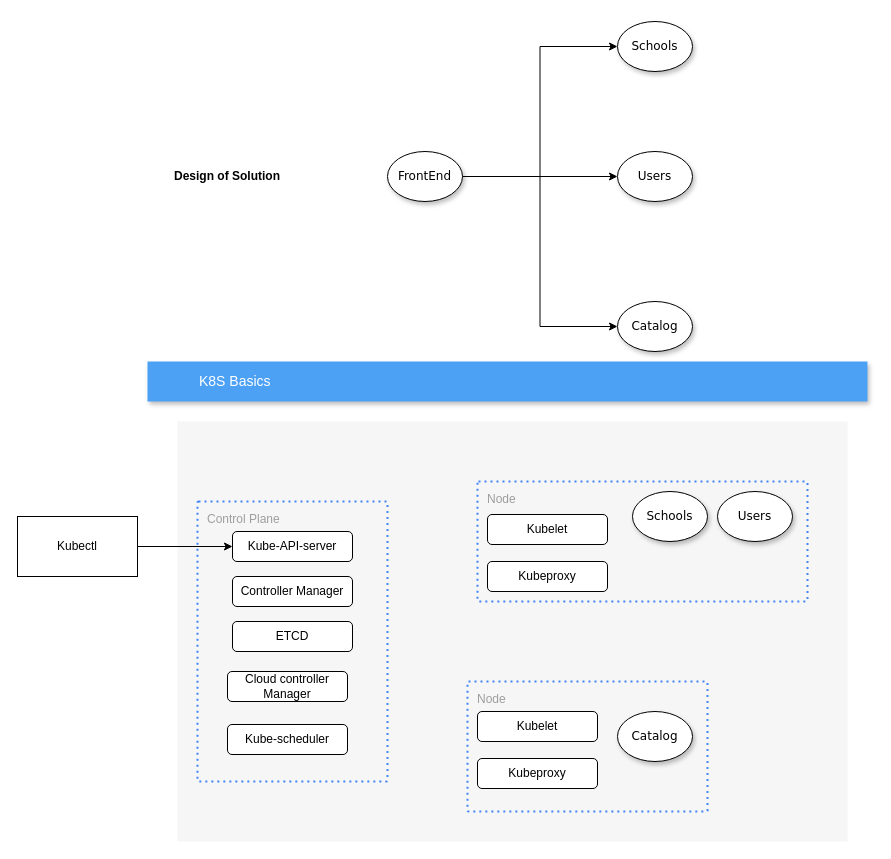
This is Untitled Diagram.drawio from bugcy013/ckad-preparation, a draw.io file, before an edit. Source tidied: cells renumbered, new cells numbered last; positions are measured from the earlier drawing's top-left corner, leaving out a move shared by most shapes. Both pictures are drawn from the tidied source at 100%, with x=0, y=0 at pixel (17, 21).
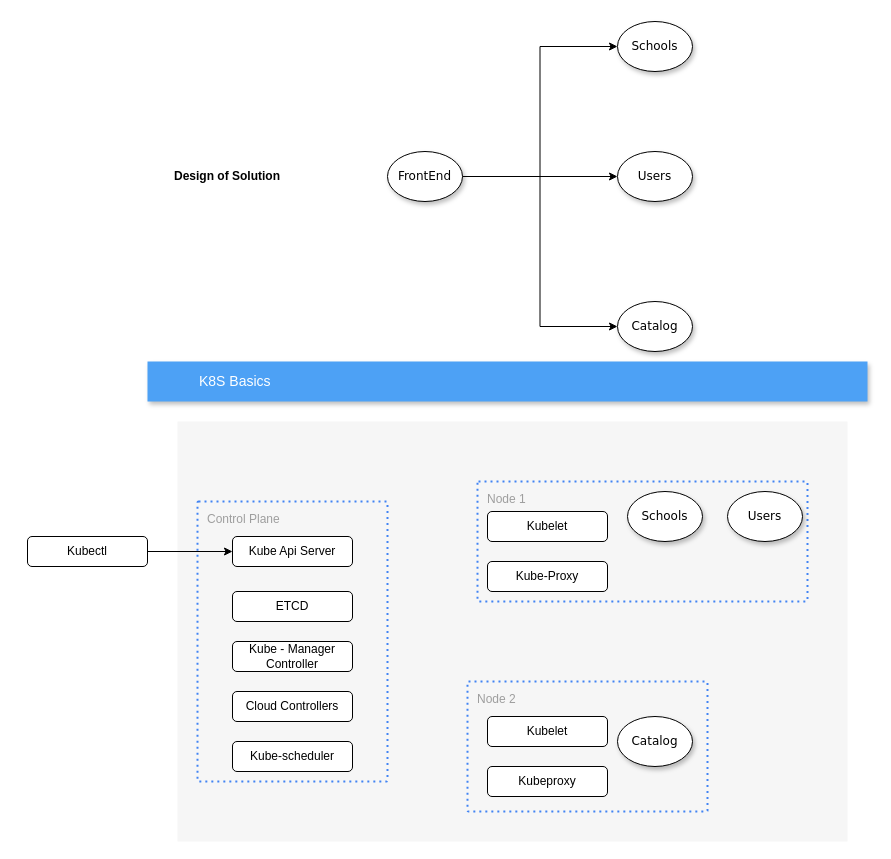
After the change.

Change to the diagram source:
```diff
@@
-    <mxCell id="10" value="Node" style="rounded=1;absoluteArcSize=1;arcSize=2;html=1;strokeColor=#4284F3;gradientColor=none;shadow=0;dashed=1;fontSize=12;fontColor=#9E9E9E;align=left;verticalAlign=top;spacing=10;spacingTop=-4;fillColor=none;dashPattern=1 2;strokeWidth=2;" parent="1" vertex="1">
+    <mxCell id="10" value="Node 1" style="rounded=1;absoluteArcSize=1;arcSize=2;html=1;strokeColor=#4284F3;gradientColor=none;shadow=0;dashed=1;fontSize=12;fontColor=#9E9E9E;align=left;verticalAlign=top;spacing=10;spacingTop=-4;fillColor=none;dashPattern=1 2;strokeWidth=2;" parent="1" vertex="1">
       <mxGeometry x="460" y="460" width="330" height="120" as="geometry" />
     </mxCell>
@@
-    <mxCell id="14" value="Node" style="rounded=1;absoluteArcSize=1;arcSize=2;html=1;strokeColor=#4284F3;gradientColor=none;shadow=0;dashed=1;fontSize=12;fontColor=#9E9E9E;align=left;verticalAlign=top;spacing=10;spacingTop=-4;fillColor=none;dashPattern=1 2;strokeWidth=2;" parent="1" vertex="1">
+    <mxCell id="14" value="Node 2" style="rounded=1;absoluteArcSize=1;arcSize=2;html=1;strokeColor=#4284F3;gradientColor=none;shadow=0;dashed=1;fontSize=12;fontColor=#9E9E9E;align=left;verticalAlign=top;spacing=10;spacingTop=-4;fillColor=none;dashPattern=1 2;strokeWidth=2;" parent="1" vertex="1">
       <mxGeometry x="450" y="660" width="240" height="130" as="geometry" />
     </mxCell>
-    <mxCell id="15" style="edgeStyle=orthogonalEdgeStyle;rounded=0;jettySize=auto;html=1;" parent="1" edge="1" source="16" target="17">
-      <mxGeometry relative="1" as="geometry" />
-    </mxCell>
+    <mxCell id="19" value="&lt;span&gt;Schools&lt;/span&gt;" style="ellipse;whiteSpace=wrap;html=1;rounded=0;shadow=1;comic=0;labelBackgroundColor=none;strokeWidth=1;fontFamily=Verdana;fontSize=12;align=center;" parent="1" vertex="1">
+      <mxGeometry x="610" y="470" width="75" height="50" as="geometry" />
+    </mxCell>
+    <mxCell id="21" value="&lt;span&gt;Users&lt;/span&gt;" style="ellipse;whiteSpace=wrap;html=1;rounded=0;shadow=1;comic=0;labelBackgroundColor=none;strokeWidth=1;fontFamily=Verdana;fontSize=12;align=center;" parent="1" vertex="1">
+      <mxGeometry x="710" y="470" width="75" height="50" as="geometry" />
+    </mxCell>
+    <mxCell id="20" value="&lt;span&gt;Catalog&lt;/span&gt;" style="ellipse;whiteSpace=wrap;html=1;rounded=0;shadow=1;comic=0;labelBackgroundColor=none;strokeWidth=1;fontFamily=Verdana;fontSize=12;align=center;" parent="1" vertex="1">
+      <mxGeometry x="600" y="695" width="75" height="50" as="geometry" />
+    </mxCell>
+    <mxCell id="29" style="edgeStyle=orthogonalEdgeStyle;rounded=0;jettySize=auto;html=1;" parent="1" edge="1" source="16" target="30">
+      <mxGeometry relative="1" as="geometry" />
+    </mxCell>
-    <mxCell id="16" value="Kubectl" style="rounded=0;whiteSpace=wrap;html=1;" parent="1" vertex="1">
-      <mxGeometry y="495" width="120" height="60" as="geometry" />
+    <mxCell id="16" value="Kubectl" style="rounded=1;whiteSpace=wrap;html=1;" parent="1" vertex="1">
+      <mxGeometry x="10" y="515" width="120" height="30" as="geometry" />
     </mxCell>
-    <mxCell id="17" value="Kube-API-server" style="rounded=1;whiteSpace=wrap;html=1;" parent="1" vertex="1">
-      <mxGeometry x="215" y="510" width="120" height="30" as="geometry" />
-    </mxCell>
-    <mxCell id="18" value="Controller Manager" style="rounded=1;whiteSpace=wrap;html=1;" parent="1" vertex="1">
-      <mxGeometry x="215" y="555" width="120" height="30" as="geometry" />
-    </mxCell>
-    <mxCell id="19" value="&lt;span&gt;Schools&lt;/span&gt;" style="ellipse;whiteSpace=wrap;html=1;rounded=0;shadow=1;comic=0;labelBackgroundColor=none;strokeWidth=1;fontFamily=Verdana;fontSize=12;align=center;" parent="1" vertex="1">
-      <mxGeometry x="615" y="470" width="75" height="50" as="geometry" />
-    </mxCell>
-    <mxCell id="20" value="&lt;span&gt;Catalog&lt;/span&gt;" style="ellipse;whiteSpace=wrap;html=1;rounded=0;shadow=1;comic=0;labelBackgroundColor=none;strokeWidth=1;fontFamily=Verdana;fontSize=12;align=center;" parent="1" vertex="1">
-      <mxGeometry x="600" y="690" width="75" height="50" as="geometry" />
-    </mxCell>
-    <mxCell id="21" value="&lt;span&gt;Users&lt;/span&gt;" style="ellipse;whiteSpace=wrap;html=1;rounded=0;shadow=1;comic=0;labelBackgroundColor=none;strokeWidth=1;fontFamily=Verdana;fontSize=12;align=center;" parent="1" vertex="1">
-      <mxGeometry x="700" y="470" width="75" height="50" as="geometry" />
-    </mxCell>
+    <mxCell id="30" value="Kube Api Server" style="rounded=1;whiteSpace=wrap;html=1;" parent="1" vertex="1">
+      <mxGeometry x="215" y="515" width="120" height="30" as="geometry" />
+    </mxCell>
     <mxCell id="22" value="ETCD" style="rounded=1;whiteSpace=wrap;html=1;" parent="1" vertex="1">
-      <mxGeometry x="215" y="600" width="120" height="30" as="geometry" />
+      <mxGeometry x="215" y="570" width="120" height="30" as="geometry" />
     </mxCell>
-    <mxCell id="23" value="Cloud controller Manager" style="rounded=1;whiteSpace=wrap;html=1;" parent="1" vertex="1">
-      <mxGeometry x="210" y="650" width="120" height="30" as="geometry" />
-    </mxCell>
+    <mxCell id="31" value="Kube - Manager Controller" style="rounded=1;whiteSpace=wrap;html=1;" parent="1" vertex="1">
+      <mxGeometry x="215" y="620" width="120" height="30" as="geometry" />
+    </mxCell>
+    <mxCell id="32" value="Cloud Controllers" style="rounded=1;whiteSpace=wrap;html=1;" parent="1" vertex="1">
+      <mxGeometry x="215" y="670" width="120" height="30" as="geometry" />
+    </mxCell>
     <mxCell id="24" value="Kube-scheduler" style="rounded=1;whiteSpace=wrap;html=1;" parent="1" vertex="1">
-      <mxGeometry x="210" y="703" width="120" height="30" as="geometry" />
+      <mxGeometry x="215" y="720" width="120" height="30" as="geometry" />
     </mxCell>
-    <mxCell id="25" value="Kubelet" style="rounded=1;whiteSpace=wrap;html=1;" parent="1" vertex="1">
-      <mxGeometry x="470" y="493" width="120" height="30" as="geometry" />
-    </mxCell>
-    <mxCell id="26" value="Kubeproxy" style="rounded=1;whiteSpace=wrap;html=1;" parent="1" vertex="1">
-      <mxGeometry x="470" y="540" width="120" height="30" as="geometry" />
-    </mxCell>
-    <mxCell id="27" value="Kubelet" style="rounded=1;whiteSpace=wrap;html=1;" parent="1" vertex="1">
-      <mxGeometry x="460" y="690" width="120" height="30" as="geometry" />
-    </mxCell>
-    <mxCell id="28" value="Kubeproxy" style="rounded=1;whiteSpace=wrap;html=1;" parent="1" vertex="1">
-      <mxGeometry x="460" y="737" width="120" height="30" as="geometry" />
-    </mxCell>
+    <mxCell id="33" value="Kubelet" style="rounded=1;whiteSpace=wrap;html=1;" parent="1" vertex="1">
+      <mxGeometry x="470" y="490" width="120" height="30" as="geometry" />
+    </mxCell>
+    <mxCell id="34" value="Kube-Proxy" style="rounded=1;whiteSpace=wrap;html=1;" parent="1" vertex="1">
+      <mxGeometry x="470" y="540" width="120" height="30" as="geometry" />
+    </mxCell>
+    <mxCell id="35" value="Kubelet" style="rounded=1;whiteSpace=wrap;html=1;" parent="1" vertex="1">
+      <mxGeometry x="470" y="695" width="120" height="30" as="geometry" />
+    </mxCell>
+    <mxCell id="36" value="Kubeproxy" style="rounded=1;whiteSpace=wrap;html=1;" parent="1" vertex="1">
+      <mxGeometry x="470" y="745" width="120" height="30" as="geometry" />
+    </mxCell>
```
